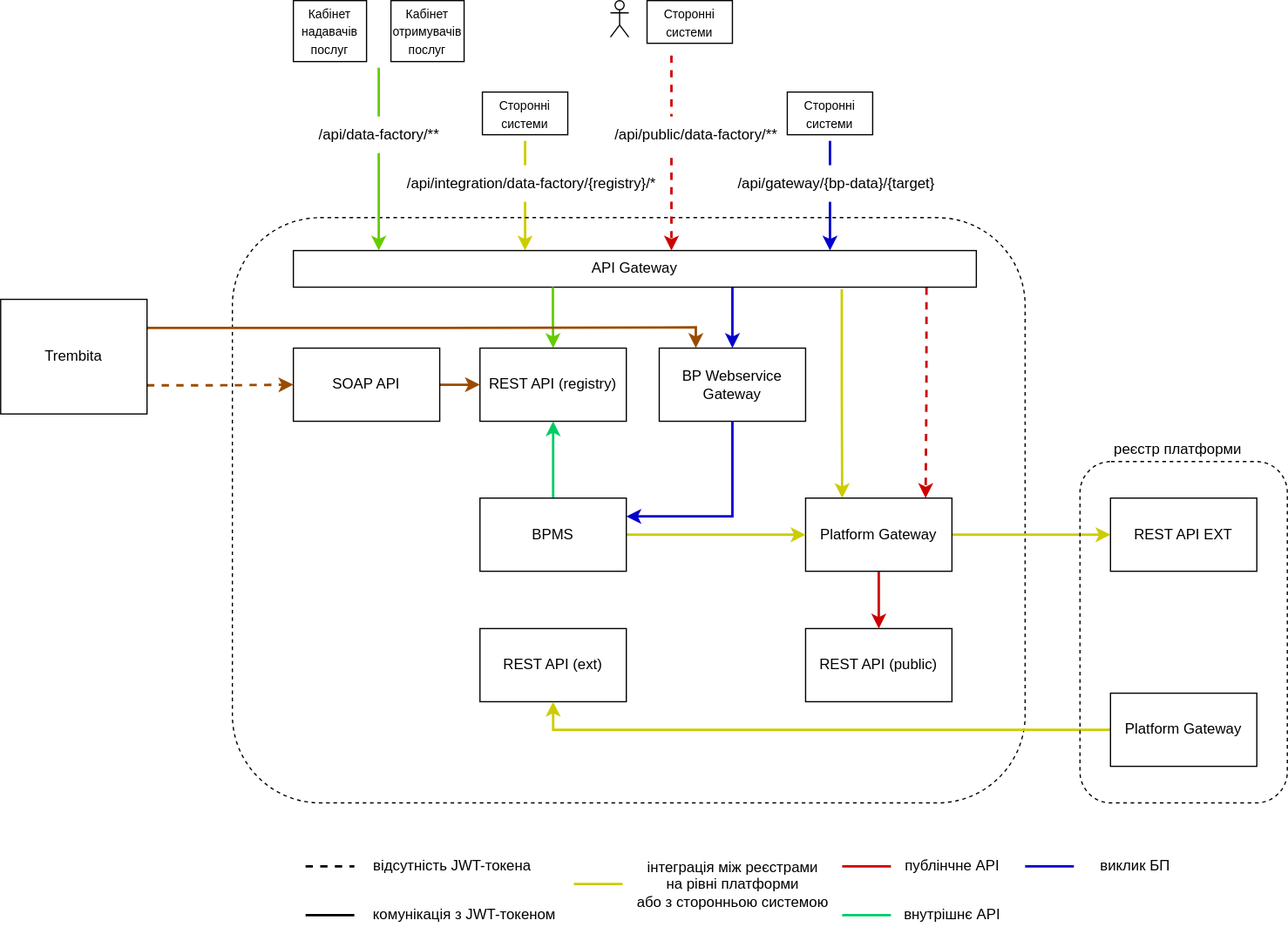
This is modules/arch/images/architecture-workspace/platform-evolution/public-api/context.svg from epam/edp-ddm-architecture, a draw.io export, as it was before one commit. Source tidied: cells renumbered, new cells last; positions are measured from the earlier drawing's top-left corner, leaving out a move shared by most shapes. Its diagram source:
```xml
<mxGraphModel>
  <root>
    <mxCell id="0" />
    <mxCell id="1" parent="0" />
    <mxCell id="2" style="edgeStyle=orthogonalEdgeStyle;rounded=0;orthogonalLoop=1;jettySize=auto;html=1;exitX=0.5;exitY=1;exitDx=0;exitDy=0;strokeColor=#CCCC00;strokeWidth=2;" parent="1" edge="1">
      <mxGeometry relative="1" as="geometry">
        <mxPoint x="430" y="115" as="sourcePoint" />
        <mxPoint x="430" y="205" as="targetPoint" />
      </mxGeometry>
    </mxCell>
    <mxCell id="3" style="rounded=0;jettySize=auto;html=1;strokeColor=#CC0000;strokeWidth=2;dashed=1;exitX=0.927;exitY=1.01;exitDx=0;exitDy=0;exitPerimeter=0;edgeStyle=orthogonalEdgeStyle;entryX=0.82;entryY=0;entryDx=0;entryDy=0;entryPerimeter=0;" parent="1" edge="1" source="6" target="12">
      <mxGeometry relative="1" as="geometry" />
    </mxCell>
    <mxCell id="4" style="edgeStyle=orthogonalEdgeStyle;rounded=0;jettySize=auto;html=1;entryX=0.25;entryY=0;entryDx=0;entryDy=0;strokeWidth=2;strokeColor=#CCCC00;exitX=0.803;exitY=1.059;exitDx=0;exitDy=0;exitPerimeter=0;entryPerimeter=0;" parent="1" edge="1" source="6" target="12">
      <mxGeometry relative="1" as="geometry" />
    </mxCell>
    <mxCell id="5" style="edgeStyle=orthogonalEdgeStyle;rounded=0;jettySize=auto;html=1;entryX=0.5;entryY=0;entryDx=0;entryDy=0;strokeColor=#0000CC;strokeWidth=2;" parent="1" edge="1" target="17">
      <mxGeometry relative="1" as="geometry">
        <mxPoint x="600" y="235" as="sourcePoint" />
      </mxGeometry>
    </mxCell>
    <mxCell id="6" value="API Gateway" style="rounded=0;whiteSpace=wrap;html=1;points=[[0,0,0,0,0],[0,0.25,0,0,0],[0,0.5,0,0,0],[0,0.75,0,0,0],[0,1,0,0,0],[0.13,1,0,0,0],[0.25,0,0,0,0],[0.25,1,0,0,0],[0.38,1,0,0,0],[0.5,0,0,0,0],[0.5,1,0,0,0],[0.63,1,0,0,0],[0.75,0,0,0,0],[0.75,1,0,0,0],[0.88,1,0,0,0],[1,0,0,0,0],[1,0.25,0,0,0],[1,0.5,0,0,0],[1,0.75,0,0,0],[1,1,0,0,0]];" parent="1" vertex="1">
      <mxGeometry x="240" y="205" width="560" height="30" as="geometry" />
    </mxCell>
    <mxCell id="7" style="rounded=1;whiteSpace=wrap;html=1;dashed=1;fillColor=none;" parent="1" vertex="1">
      <mxGeometry x="190" y="178" width="650" height="480" as="geometry" />
    </mxCell>
    <mxCell id="8" value="REST API (public)" style="rounded=0;whiteSpace=wrap;html=1;" parent="1" vertex="1">
      <mxGeometry x="660" y="515" width="120" height="60" as="geometry" />
    </mxCell>
    <mxCell id="9" style="edgeStyle=orthogonalEdgeStyle;rounded=0;orthogonalLoop=1;jettySize=auto;html=1;entryX=0.25;entryY=0;entryDx=0;entryDy=0;strokeColor=#66CC00;strokeWidth=2;startArrow=none;" parent="1" edge="1">
      <mxGeometry relative="1" as="geometry">
        <mxPoint x="310" y="55" as="sourcePoint" />
        <mxPoint x="310" y="205" as="targetPoint" />
      </mxGeometry>
    </mxCell>
    <mxCell id="10" style="edgeStyle=orthogonalEdgeStyle;rounded=0;jettySize=auto;html=1;exitX=0.5;exitY=1;exitDx=0;exitDy=0;entryX=0.5;entryY=0;entryDx=0;entryDy=0;strokeWidth=2;strokeColor=#CC0000;" parent="1" edge="1" source="12" target="8">
      <mxGeometry relative="1" as="geometry" />
    </mxCell>
    <mxCell id="11" style="edgeStyle=orthogonalEdgeStyle;rounded=0;jettySize=auto;html=1;exitX=1;exitY=0.5;exitDx=0;exitDy=0;strokeColor=#CCCC00;strokeWidth=2;entryX=0;entryY=0.5;entryDx=0;entryDy=0;" parent="1" edge="1" source="12" target="13">
      <mxGeometry relative="1" as="geometry" />
    </mxCell>
    <mxCell id="12" value="Platform Gateway" style="rounded=0;whiteSpace=wrap;html=1;points=[[0,0,0,0,0],[0,0.25,0,0,0],[0,0.5,0,0,0],[0,0.75,0,0,0],[0,1,0,0,0],[0.25,0,0,0,0],[0.25,1,0,0,0],[0.5,0,0,0,0],[0.5,1,0,0,0],[0.75,1,0,0,0],[0.82,0,0,0,0],[1,0,0,0,0],[1,0.25,0,0,0],[1,0.5,0,0,0],[1,0.75,0,0,0],[1,1,0,0,0]];" parent="1" vertex="1">
      <mxGeometry x="660" y="408" width="120" height="60" as="geometry" />
    </mxCell>
    <mxCell id="13" value="REST API EXT" style="rounded=0;whiteSpace=wrap;html=1;" parent="1" vertex="1">
      <mxGeometry x="910" y="408" width="120" height="60" as="geometry" />
    </mxCell>
    <mxCell id="14" style="edgeStyle=orthogonalEdgeStyle;rounded=0;jettySize=auto;html=1;exitX=0.38;exitY=1;exitDx=0;exitDy=0;entryX=0.5;entryY=0;entryDx=0;entryDy=0;strokeWidth=2;strokeColor=#66CC00;exitPerimeter=0;" parent="1" edge="1" source="6" target="15">
      <mxGeometry relative="1" as="geometry" />
    </mxCell>
    <mxCell id="15" value="REST API (registry)" style="rounded=0;whiteSpace=wrap;html=1;" parent="1" vertex="1">
      <mxGeometry x="393" y="285" width="120" height="60" as="geometry" />
    </mxCell>
    <mxCell id="16" style="edgeStyle=orthogonalEdgeStyle;rounded=0;jettySize=auto;html=1;exitX=1;exitY=0.25;exitDx=0;exitDy=0;entryX=0.25;entryY=0;entryDx=0;entryDy=0;strokeColor=#994C00;strokeWidth=2;" parent="1" edge="1" source="28" target="17">
      <mxGeometry relative="1" as="geometry">
        <Array as="points">
          <mxPoint x="295" y="268" />
          <mxPoint x="570" y="268" />
        </Array>
      </mxGeometry>
    </mxCell>
    <mxCell id="17" value="BP Webservice Gateway" style="rounded=0;whiteSpace=wrap;html=1;" parent="1" vertex="1">
      <mxGeometry x="540" y="285" width="120" height="60" as="geometry" />
    </mxCell>
    <mxCell id="18" value="/api/integration/data-factory/{registry}/*" style="text;html=1;align=center;verticalAlign=middle;strokeColor=none;fillColor=default;" parent="1" vertex="1">
      <mxGeometry x="320" y="135" width="230" height="30" as="geometry" />
    </mxCell>
    <mxCell id="19" style="edgeStyle=orthogonalEdgeStyle;rounded=0;orthogonalLoop=1;jettySize=auto;html=1;exitX=0.5;exitY=1;exitDx=0;exitDy=0;entryX=0.75;entryY=0;entryDx=0;entryDy=0;strokeColor=#CC0000;strokeWidth=2;dashed=1;entryPerimeter=0;" parent="1" edge="1">
      <mxGeometry relative="1" as="geometry">
        <mxPoint x="550" y="45" as="sourcePoint" />
        <mxPoint x="550" y="205" as="targetPoint" />
      </mxGeometry>
    </mxCell>
    <mxCell id="20" value="/api/data-factory/**" style="text;html=1;align=center;verticalAlign=middle;strokeColor=none;fillColor=default;" parent="1" vertex="1">
      <mxGeometry x="250" y="95" width="120" height="30" as="geometry" />
    </mxCell>
    <mxCell id="21" style="edgeStyle=orthogonalEdgeStyle;rounded=0;jettySize=auto;html=1;exitX=0.5;exitY=0;exitDx=0;exitDy=0;entryX=0.5;entryY=1;entryDx=0;entryDy=0;strokeColor=#00CC66;strokeWidth=2;" parent="1" edge="1" source="24" target="15">
      <mxGeometry relative="1" as="geometry" />
    </mxCell>
    <mxCell id="22" style="edgeStyle=orthogonalEdgeStyle;rounded=0;jettySize=auto;html=1;exitX=1;exitY=0.5;exitDx=0;exitDy=0;strokeColor=#CCCC00;strokeWidth=2;" parent="1" edge="1" source="24" target="12">
      <mxGeometry relative="1" as="geometry" />
    </mxCell>
    <mxCell id="23" style="edgeStyle=orthogonalEdgeStyle;rounded=0;jettySize=auto;html=1;entryX=1;entryY=0.25;entryDx=0;entryDy=0;exitX=0.5;exitY=1;exitDx=0;exitDy=0;strokeColor=#0000CC;strokeWidth=2;" parent="1" edge="1" source="17" target="24">
      <mxGeometry relative="1" as="geometry" />
    </mxCell>
    <mxCell id="24" value="BPMS" style="rounded=0;whiteSpace=wrap;html=1;" parent="1" vertex="1">
      <mxGeometry x="393" y="408" width="120" height="60" as="geometry" />
    </mxCell>
    <mxCell id="25" style="edgeStyle=orthogonalEdgeStyle;rounded=0;jettySize=auto;html=1;exitX=1;exitY=0.5;exitDx=0;exitDy=0;entryX=0;entryY=0.5;entryDx=0;entryDy=0;strokeColor=#994C00;strokeWidth=2;fillColor=#a20025;" parent="1" edge="1" source="26" target="15">
      <mxGeometry relative="1" as="geometry" />
    </mxCell>
    <mxCell id="26" value="SOAP API" style="rounded=0;whiteSpace=wrap;html=1;" parent="1" vertex="1">
      <mxGeometry x="240" y="285" width="120" height="60" as="geometry" />
    </mxCell>
    <mxCell id="27" style="edgeStyle=orthogonalEdgeStyle;rounded=0;jettySize=auto;html=1;exitX=1;exitY=0.75;exitDx=0;exitDy=0;entryX=0;entryY=0.5;entryDx=0;entryDy=0;dashed=1;strokeColor=#994C00;strokeWidth=2;" parent="1" edge="1" source="28" target="26">
      <mxGeometry relative="1" as="geometry" />
    </mxCell>
    <mxCell id="28" value="Trembita" style="rounded=0;whiteSpace=wrap;html=1;" parent="1" vertex="1">
      <mxGeometry y="245" width="120" height="94" as="geometry" />
    </mxCell>
    <mxCell id="29" style="endArrow=none;dashed=1;html=1;rounded=0;strokeColor=#000000;strokeWidth=2;" parent="1" edge="1">
      <mxGeometry relative="1" as="geometry">
        <mxPoint x="250" y="710" as="sourcePoint" />
        <mxPoint x="290" y="710" as="targetPoint" />
      </mxGeometry>
    </mxCell>
    <mxCell id="30" value="відсутність JWT-токена" style="text;html=1;align=center;verticalAlign=middle;strokeColor=none;fillColor=none;" parent="1" vertex="1">
      <mxGeometry x="290" y="695" width="160" height="30" as="geometry" />
    </mxCell>
    <mxCell id="31" style="endArrow=none;html=1;rounded=0;strokeColor=#000000;strokeWidth=2;" parent="1" edge="1">
      <mxGeometry relative="1" as="geometry">
        <mxPoint x="250" y="750" as="sourcePoint" />
        <mxPoint x="290" y="750" as="targetPoint" />
      </mxGeometry>
    </mxCell>
    <mxCell id="32" value="комунікація з JWT-токеном" style="text;html=1;align=center;verticalAlign=middle;strokeColor=none;fillColor=none;" parent="1" vertex="1">
      <mxGeometry x="290" y="735" width="180" height="30" as="geometry" />
    </mxCell>
    <mxCell id="33" style="endArrow=none;html=1;rounded=0;strokeColor=#00CC66;strokeWidth=2;" parent="1" edge="1">
      <mxGeometry relative="1" as="geometry">
        <mxPoint x="690" y="750" as="sourcePoint" />
        <mxPoint x="730" y="750" as="targetPoint" />
      </mxGeometry>
    </mxCell>
    <mxCell id="34" value="внутрішнє API" style="text;html=1;align=center;verticalAlign=middle;strokeColor=none;fillColor=none;" parent="1" vertex="1">
      <mxGeometry x="730" y="735" width="100" height="30" as="geometry" />
    </mxCell>
    <mxCell id="35" style="endArrow=none;html=1;rounded=0;strokeColor=#CCCC00;strokeWidth=2;" parent="1" edge="1">
      <mxGeometry relative="1" as="geometry">
        <mxPoint x="470" y="724.5" as="sourcePoint" />
        <mxPoint x="510" y="724.5" as="targetPoint" />
      </mxGeometry>
    </mxCell>
    <mxCell id="36" value="інтеграція між реєстрами &lt;br&gt;на рівні платформи &lt;br&gt;або з сторонньою системою" style="text;align=center;verticalAlign=middle;strokeColor=none;fillColor=none;html=1;labelBorderColor=none;labelBackgroundColor=none;fontColor=default;" parent="1" vertex="1">
      <mxGeometry x="510" y="695" width="180" height="60" as="geometry" />
    </mxCell>
    <mxCell id="37" style="endArrow=none;html=1;rounded=0;strokeColor=#CC0000;strokeWidth=2;" parent="1" edge="1">
      <mxGeometry relative="1" as="geometry">
        <mxPoint x="690" y="710" as="sourcePoint" />
        <mxPoint x="730" y="710" as="targetPoint" />
      </mxGeometry>
    </mxCell>
    <mxCell id="38" value="публінчне API" style="text;html=1;align=center;verticalAlign=middle;strokeColor=none;fillColor=none;" parent="1" vertex="1">
      <mxGeometry x="730" y="695" width="100" height="30" as="geometry" />
    </mxCell>
    <mxCell id="39" value="/api/public/data-factory/**" style="text;html=1;align=center;verticalAlign=middle;strokeColor=none;fillColor=default;" parent="1" vertex="1">
      <mxGeometry x="490" y="95" width="160" height="30" as="geometry" />
    </mxCell>
    <mxCell id="40" style="shape=umlActor;verticalLabelPosition=bottom;verticalAlign=top;html=1;" parent="1" vertex="1">
      <mxGeometry x="500" width="15" height="30" as="geometry" />
    </mxCell>
    <mxCell id="41" value="&lt;font style=&quot;font-size: 10px;&quot;&gt;Сторонні системи&lt;/font&gt;" style="rounded=0;whiteSpace=wrap;html=1;" parent="1" vertex="1">
      <mxGeometry x="530" width="70" height="35" as="geometry" />
    </mxCell>
    <mxCell id="42" value="&lt;font style=&quot;font-size: 10px;&quot;&gt;Сторонні системи&lt;/font&gt;" style="rounded=0;whiteSpace=wrap;html=1;" parent="1" vertex="1">
      <mxGeometry x="395" y="75" width="70" height="35" as="geometry" />
    </mxCell>
    <mxCell id="43" value="&lt;font style=&quot;font-size: 10px;&quot;&gt;Кабінет&lt;br&gt;надавачів послуг&lt;/font&gt;" style="rounded=0;whiteSpace=wrap;html=1;" parent="1" vertex="1">
      <mxGeometry x="240" width="60" height="50" as="geometry" />
    </mxCell>
    <mxCell id="44" value="&lt;font style=&quot;font-size: 10px;&quot;&gt;Кабінет&lt;br&gt;отримувачів послуг&lt;/font&gt;" style="rounded=0;whiteSpace=wrap;html=1;" parent="1" vertex="1">
      <mxGeometry x="320" width="60" height="50" as="geometry" />
    </mxCell>
    <mxCell id="45" style="edgeStyle=orthogonalEdgeStyle;rounded=0;orthogonalLoop=1;jettySize=auto;html=1;exitX=0.5;exitY=1;exitDx=0;exitDy=0;strokeColor=#0000CC;strokeWidth=2;" parent="1" edge="1">
      <mxGeometry relative="1" as="geometry">
        <mxPoint x="680" y="115" as="sourcePoint" />
        <mxPoint x="680" y="205" as="targetPoint" />
      </mxGeometry>
    </mxCell>
    <mxCell id="46" value="&lt;font style=&quot;font-size: 10px;&quot;&gt;Сторонні системи&lt;/font&gt;" style="rounded=0;whiteSpace=wrap;html=1;" parent="1" vertex="1">
      <mxGeometry x="645" y="75" width="70" height="35" as="geometry" />
    </mxCell>
    <mxCell id="47" value="/api/gateway/{bp-data}/{target}" style="text;html=1;align=center;verticalAlign=middle;strokeColor=none;fillColor=default;" parent="1" vertex="1">
      <mxGeometry x="595" y="135" width="180" height="30" as="geometry" />
    </mxCell>
    <mxCell id="48" value="REST API (ext)" style="rounded=0;whiteSpace=wrap;html=1;" parent="1" vertex="1">
      <mxGeometry x="393" y="515" width="120" height="60" as="geometry" />
    </mxCell>
    <mxCell id="49" style="edgeStyle=orthogonalEdgeStyle;rounded=0;jettySize=auto;html=1;entryX=0.5;entryY=1;entryDx=0;entryDy=0;strokeColor=#CCCC00;strokeWidth=2;exitX=0;exitY=0.5;exitDx=0;exitDy=0;" parent="1" edge="1" source="50" target="48">
      <mxGeometry relative="1" as="geometry" />
    </mxCell>
    <mxCell id="50" value="Platform Gateway" style="rounded=0;whiteSpace=wrap;html=1;" parent="1" vertex="1">
      <mxGeometry x="910" y="568" width="120" height="60" as="geometry" />
    </mxCell>
    <mxCell id="51" style="endArrow=none;html=1;rounded=0;strokeColor=#0000CC;strokeWidth=2;" parent="1" edge="1">
      <mxGeometry relative="1" as="geometry">
        <mxPoint x="840" y="710" as="sourcePoint" />
        <mxPoint x="880" y="710" as="targetPoint" />
      </mxGeometry>
    </mxCell>
    <mxCell id="52" value="виклик БП" style="text;html=1;align=center;verticalAlign=middle;strokeColor=none;fillColor=none;" parent="1" vertex="1">
      <mxGeometry x="890" y="695" width="80" height="30" as="geometry" />
    </mxCell>
    <mxCell id="53" style="rounded=1;whiteSpace=wrap;html=1;dashed=1;fillColor=none;" parent="1" vertex="1">
      <mxGeometry x="885" y="378" width="170" height="280" as="geometry" />
    </mxCell>
    <mxCell id="54" value="реєстр платформи" style="text;html=1;align=center;verticalAlign=middle;strokeColor=none;fillColor=none;" parent="1" vertex="1">
      <mxGeometry x="900" y="353" width="130" height="30" as="geometry" />
    </mxCell>
  </root>
</mxGraphModel>
```
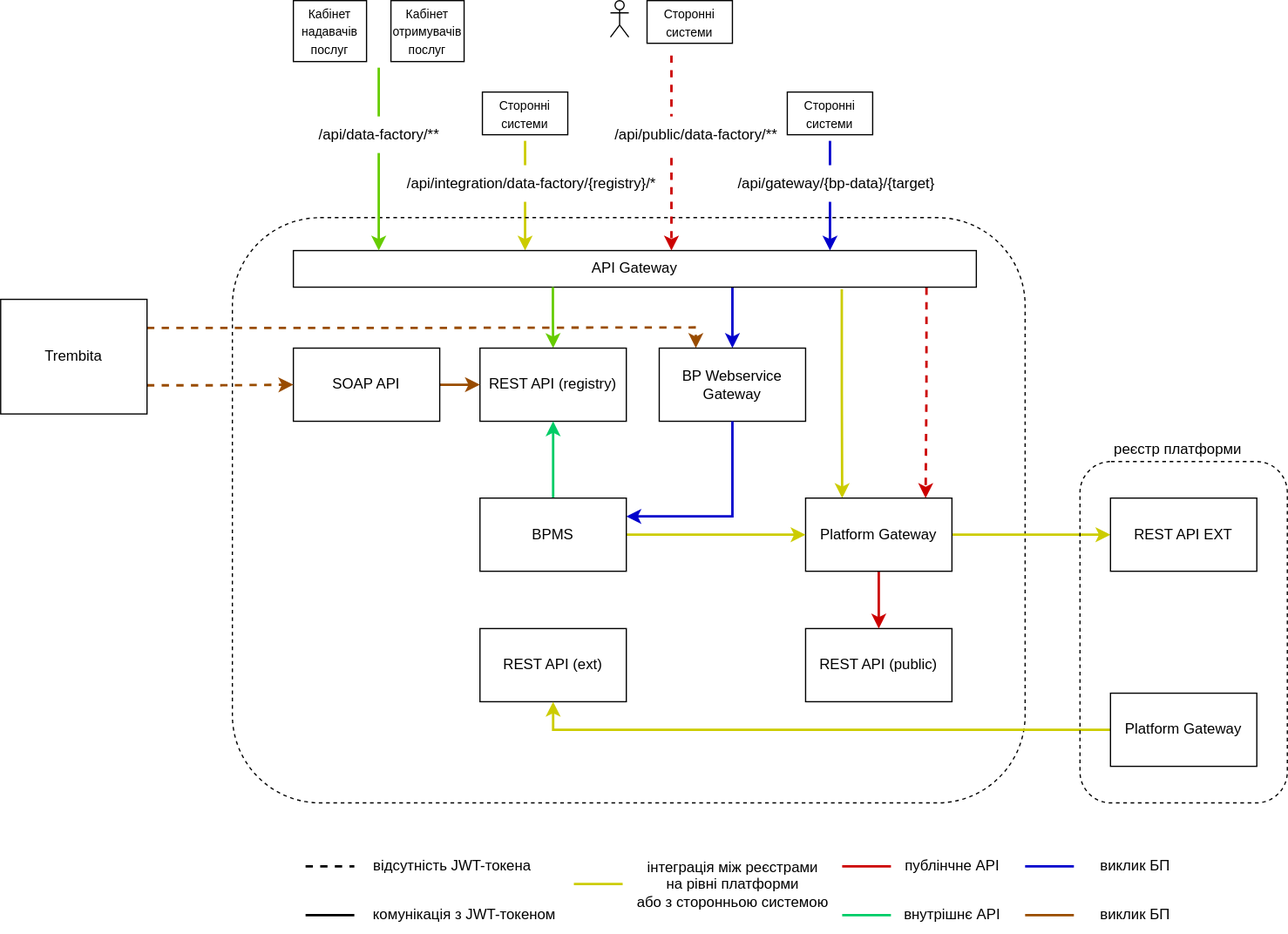
Above is the later version.

Commit message:
[EDP-DDM-24394] Nav fixed

Diff of the diagram source:
```diff
@@ -52,7 +52,7 @@
     <mxCell id="15" value="REST API (registry)" style="rounded=0;whiteSpace=wrap;html=1;" parent="1" vertex="1">
       <mxGeometry x="393" y="285" width="120" height="60" as="geometry" />
     </mxCell>
-    <mxCell id="16" style="edgeStyle=orthogonalEdgeStyle;rounded=0;jettySize=auto;html=1;exitX=1;exitY=0.25;exitDx=0;exitDy=0;entryX=0.25;entryY=0;entryDx=0;entryDy=0;strokeColor=#994C00;strokeWidth=2;" parent="1" edge="1" source="28" target="17">
+    <mxCell id="16" style="edgeStyle=orthogonalEdgeStyle;rounded=0;jettySize=auto;html=1;exitX=1;exitY=0.25;exitDx=0;exitDy=0;entryX=0.25;entryY=0;entryDx=0;entryDy=0;strokeColor=#994C00;strokeWidth=2;dashed=1;" parent="1" edge="1" source="28" target="17">
       <mxGeometry relative="1" as="geometry">
         <Array as="points">
           <mxPoint x="295" y="268" />
@@ -198,5 +198,14 @@
     <mxCell id="54" value="реєстр платформи" style="text;html=1;align=center;verticalAlign=middle;strokeColor=none;fillColor=none;" parent="1" vertex="1">
       <mxGeometry x="900" y="353" width="130" height="30" as="geometry" />
     </mxCell>
+    <mxCell id="55" style="endArrow=none;html=1;rounded=0;strokeColor=#994C00;strokeWidth=2;endFill=0;" parent="1" edge="1">
+      <mxGeometry relative="1" as="geometry">
+        <mxPoint x="840" y="750" as="sourcePoint" />
+        <mxPoint x="880" y="750" as="targetPoint" />
+      </mxGeometry>
+    </mxCell>
+    <mxCell id="56" value="виклик БП" style="text;html=1;align=center;verticalAlign=middle;strokeColor=none;fillColor=none;" parent="1" vertex="1">
+      <mxGeometry x="890" y="735" width="80" height="30" as="geometry" />
+    </mxCell>
   </root>
 </mxGraphModel>
```
